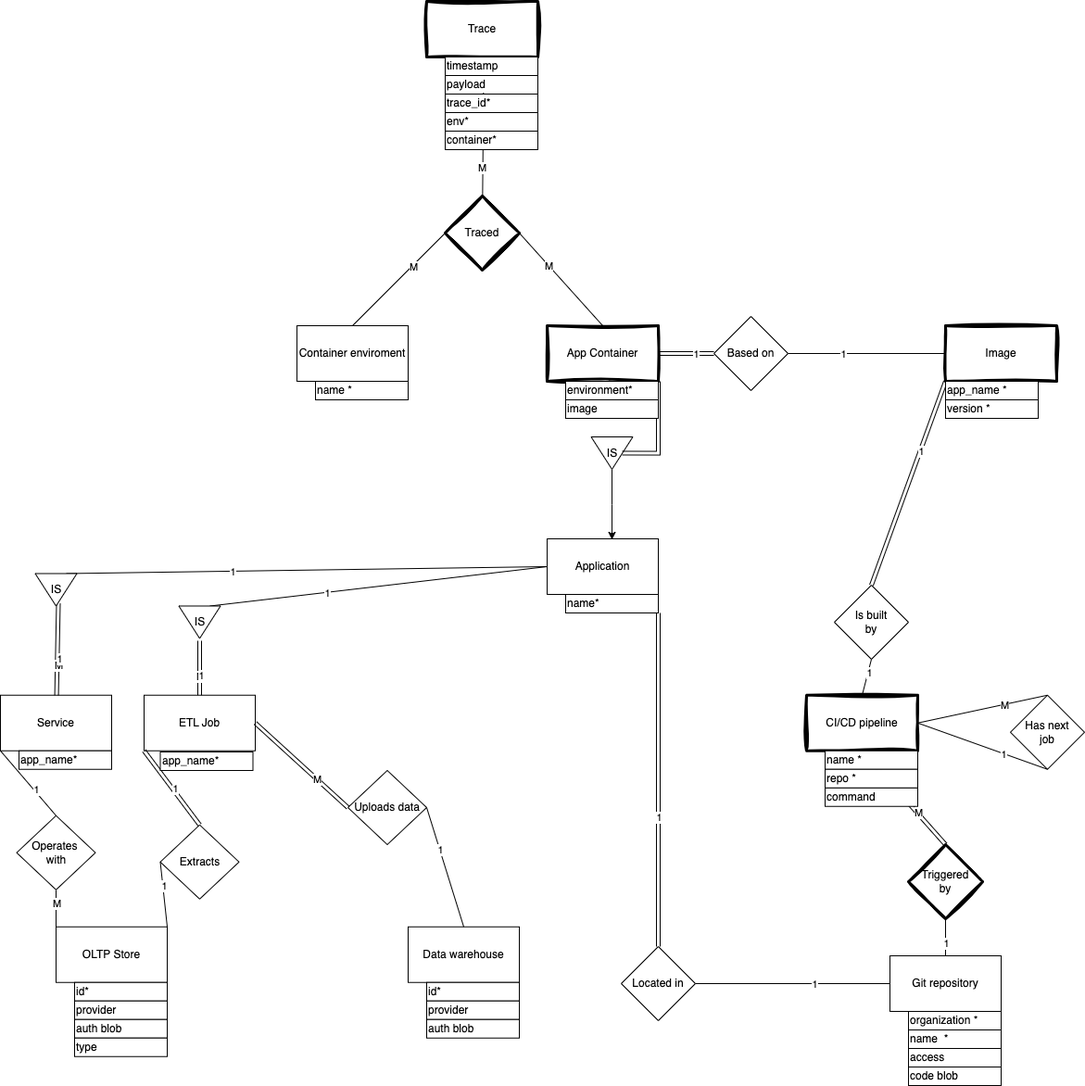
Before: Databases(mag1)/ER.png, a diagram exported from draw.io (ssyrota/university). Source tidied: cells renumbered, new cells last; positions are measured from the earlier drawing's top-left corner, leaving out a move shared by most shapes.
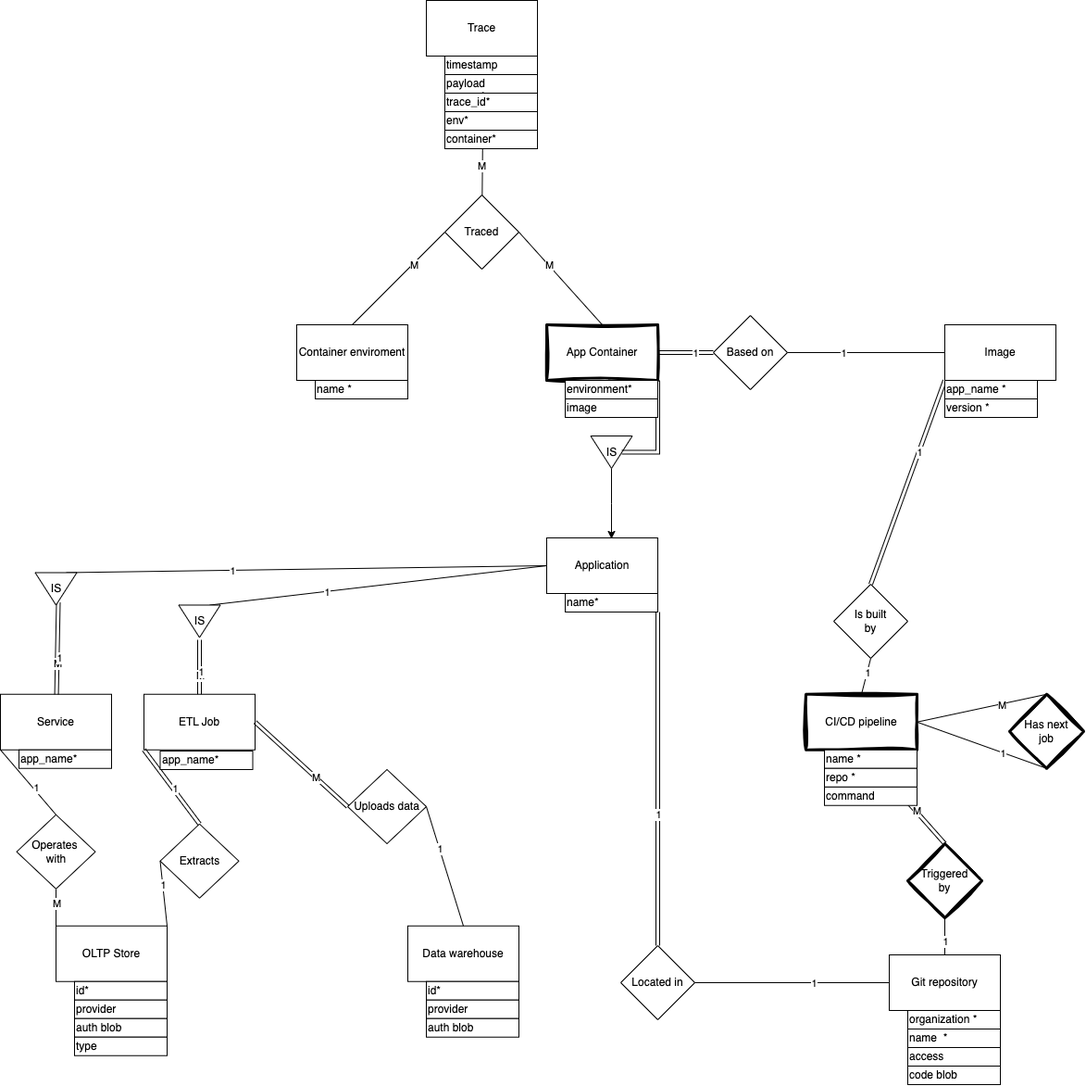
Above is the later version.

Change to the diagram source:
```diff
@@ -2,7 +2,7 @@
   <root>
     <mxCell id="0" />
     <mxCell id="1" parent="0" />
-    <mxCell id="2" value="Image" style="rounded=0;whiteSpace=wrap;html=1;sketch=1;curveFitting=1;jiggle=2;strokeWidth=3;" parent="1" vertex="1">
+    <mxCell id="2" value="Image" style="rounded=0;whiteSpace=wrap;html=1;strokeWidth=1;" parent="1" vertex="1">
       <mxGeometry x="1020" y="350" width="120" height="60" as="geometry" />
     </mxCell>
     <mxCell id="3" value="Container enviroment" style="rounded=0;whiteSpace=wrap;html=1;" parent="1" vertex="1">
@@ -195,7 +195,7 @@
     <mxCell id="64" value="1" style="edgeLabel;html=1;align=center;verticalAlign=middle;" parent="63" vertex="1">
       <mxGeometry x="-0.21" relative="1" as="geometry" />
     </mxCell>
-    <mxCell id="65" value="Has next&lt;br&gt;job" style="rhombus;whiteSpace=wrap;html=1;" parent="1" vertex="1">
+    <mxCell id="65" value="Has next&lt;br&gt;job" style="rhombus;whiteSpace=wrap;html=1;sketch=1;curveFitting=1;jiggle=2;strokeWidth=3;" parent="1" vertex="1">
       <mxGeometry x="1090" y="748.8" width="80" height="80" as="geometry" />
     </mxCell>
     <mxCell id="66" style="endArrow=none;html=1;rounded=0;exitX=1;exitY=0.5;exitDx=0;exitDy=0;entryX=0.5;entryY=0;entryDx=0;entryDy=0;" parent="1" edge="1" source="17" target="65">
@@ -273,7 +273,7 @@
     <mxCell id="86" value="image" style="rounded=0;whiteSpace=wrap;html=1;align=left;" parent="1" vertex="1">
       <mxGeometry x="610" y="430" width="100" height="20" as="geometry" />
     </mxCell>
-    <mxCell id="87" value="Trace" style="rounded=0;whiteSpace=wrap;html=1;strokeWidth=3;shadow=0;sketch=1;curveFitting=1;jiggle=2;" parent="1" vertex="1">
+    <mxCell id="87" value="Trace" style="rounded=0;whiteSpace=wrap;html=1;strokeWidth=1;shadow=0;strokeColor=default;" parent="1" vertex="1">
       <mxGeometry x="460" width="120" height="60" as="geometry" />
     </mxCell>
     <mxCell id="88" value="payload" style="rounded=0;whiteSpace=wrap;html=1;align=left;" parent="1" vertex="1">
@@ -282,7 +282,7 @@
     <mxCell id="89" value="timestamp" style="rounded=0;whiteSpace=wrap;html=1;align=left;" parent="1" vertex="1">
       <mxGeometry x="480" y="60" width="100" height="20" as="geometry" />
     </mxCell>
-    <mxCell id="90" value="Traced" style="rhombus;whiteSpace=wrap;html=1;sketch=1;curveFitting=1;jiggle=2;strokeWidth=3;" parent="1" vertex="1">
+    <mxCell id="90" value="Traced" style="rhombus;whiteSpace=wrap;html=1;strokeWidth=1;" parent="1" vertex="1">
       <mxGeometry x="480" y="210" width="80" height="80" as="geometry" />
     </mxCell>
     <mxCell id="91" style="endArrow=none;html=1;rounded=0;exitX=0.5;exitY=0;exitDx=0;exitDy=0;entryX=1;entryY=0.5;entryDx=0;entryDy=0;" parent="1" edge="1" source="7" target="90">
```
